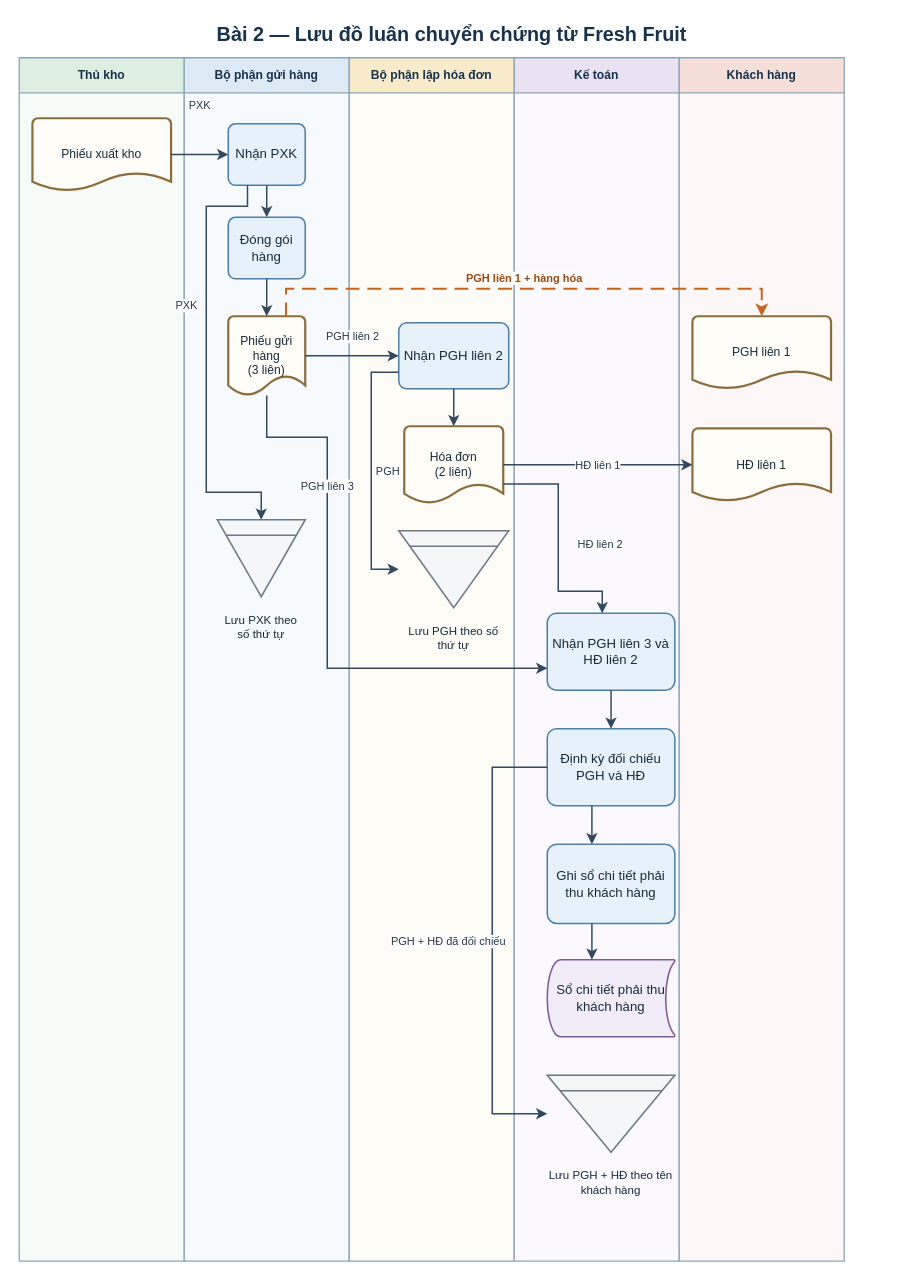
Before: assets/drawio/05_fresh_fruit_flow.drawio in saigonbaddielover/thtrang, a draw.io diagram. Source tidied: cells renumbered, new cells numbered last; positions are measured from the earlier drawing's top-left corner, leaving out a move shared by most shapes. Both pictures are drawn from the tidied source at 110%, with x=0, y=0 at pixel (19, 19).
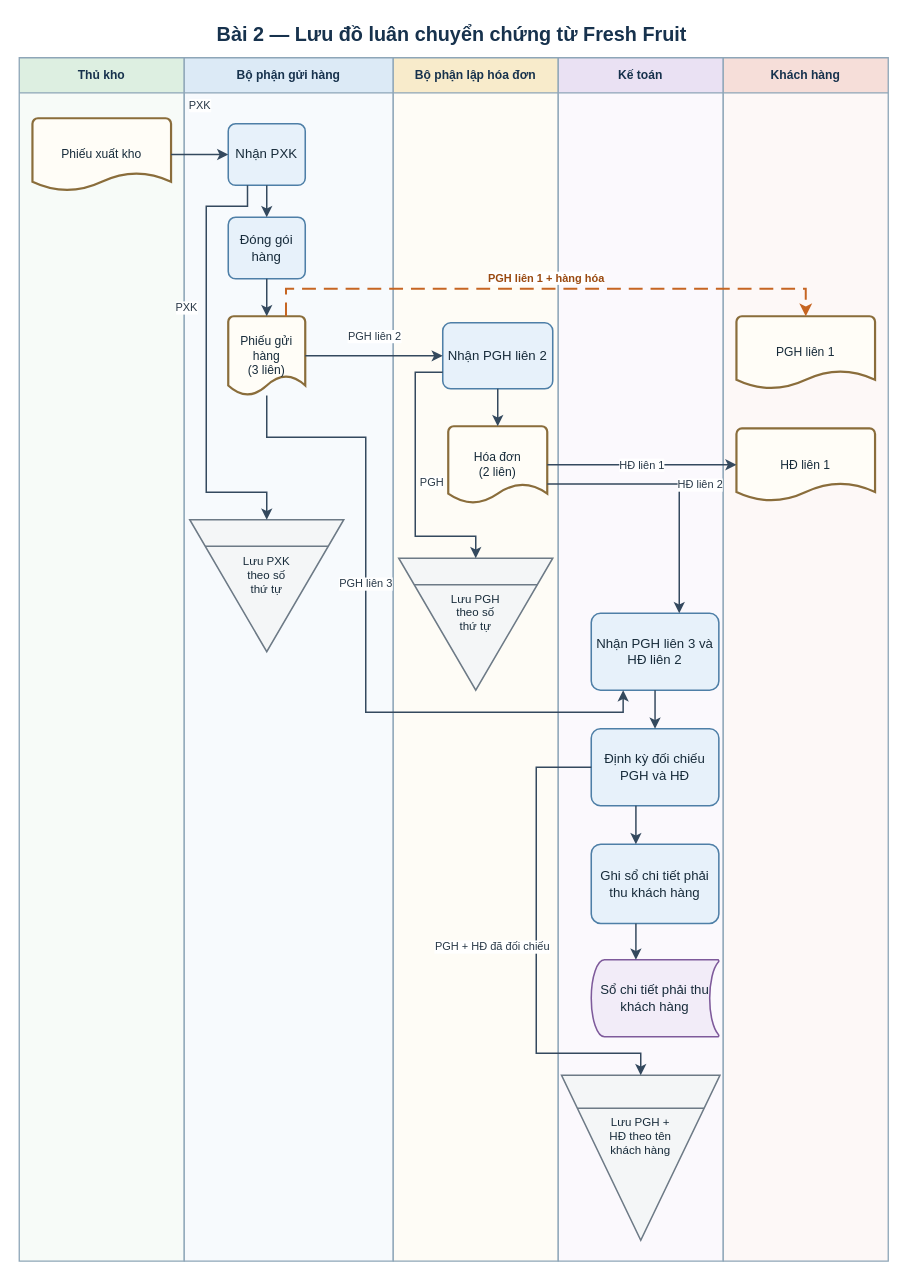
After the change.

Unchanged cells that the change refers to:
```xml
<mxCell id="9" value="Nhận PXK" style="rounded=1;arcSize=12;html=1;whiteSpace=wrap;fontFamily=Arial;align=center;verticalAlign=middle;fontColor=#172B3A; fontSize=11;spacing=5;fillColor=#E7F1FA;strokeColor=#4E7FA7;strokeWidth=1.4;" parent="4" vertex="1">
  <mxGeometry x="40" y="60" width="70" height="56" as="geometry" />
</mxCell>
<mxCell id="11" value="Phiếu gửi hàng&lt;br&gt;(3 liên)" style="strokeWidth=2;shape=mxgraph.flowchart.document2;size=0.25;html=1;whiteSpace=wrap;fontFamily=Arial;align=center;verticalAlign=middle;fontColor=#172B3A;fontSize=11;spacing=4;fillColor=#FFFDF7;strokeColor=#8A6D3B;" parent="4" vertex="1">
  <mxGeometry x="40" y="235" width="70" height="72" as="geometry" />
</mxCell>
<mxCell id="13" value="Nhận PGH liên 2" style="rounded=1;arcSize=12;html=1;whiteSpace=wrap;fontFamily=Arial;align=center;verticalAlign=middle;fontColor=#172B3A; fontSize=11;spacing=5;fillColor=#E7F1FA;strokeColor=#4E7FA7;strokeWidth=1.4;" parent="5" vertex="1">
  <mxGeometry x="45" y="241" width="100" height="60" as="geometry" />
</mxCell>
<mxCell id="14" value="Hóa đơn&lt;br&gt;(2 liên)" style="strokeWidth=2;shape=mxgraph.flowchart.document2;size=0.25;html=1;whiteSpace=wrap;fontFamily=Arial;align=center;verticalAlign=middle;fontColor=#172B3A;fontSize=11;spacing=4;fillColor=#FFFDF7;strokeColor=#8A6D3B;" parent="5" vertex="1">
  <mxGeometry x="50" y="335" width="90" height="70" as="geometry" />
</mxCell>
<mxCell id="16" value="Nhận PGH liên 3 và HĐ liên 2" style="rounded=1;arcSize=12;html=1;whiteSpace=wrap;fontFamily=Arial;align=center;verticalAlign=middle;fontColor=#172B3A; fontSize=11;spacing=5;fillColor=#E7F1FA;strokeColor=#4E7FA7;strokeWidth=1.4;" parent="6" vertex="1">
  <mxGeometry x="30" y="505" width="116" height="70" as="geometry" />
</mxCell>
<mxCell id="17" value="Định kỳ đối chiếu PGH và HĐ" style="rounded=1;arcSize=12;html=1;whiteSpace=wrap;fontFamily=Arial;align=center;verticalAlign=middle;fontColor=#172B3A; fontSize=11;spacing=5;fillColor=#E7F1FA;strokeColor=#4E7FA7;strokeWidth=1.4;" parent="6" vertex="1">
  <mxGeometry x="30" y="610" width="116" height="70" as="geometry" />
</mxCell>
<mxCell id="21" value="PGH liên 1" style="strokeWidth=2;shape=mxgraph.flowchart.document2;size=0.25;html=1;whiteSpace=wrap;fontFamily=Arial;align=center;verticalAlign=middle;fontColor=#172B3A;fontSize=11;spacing=4;fillColor=#FFFDF7;strokeColor=#8A6D3B;" parent="7" vertex="1">
  <mxGeometry x="12" y="235" width="126" height="66" as="geometry" />
</mxCell>
```

The edit, as a diff of the source:
```diff
@@
     <mxCell id="4" value="Bộ phận gửi hàng" style="swimlane;horizontal=1;startSize=32;html=1;whiteSpace=wrap;fontFamily=Arial;fontSize=11;fontStyle=1;fontColor=#17324D;align=center;verticalAlign=middle;rounded=0;fillColor=#DCEAF6;swimlaneFillColor=#F7FAFD;strokeColor=#8EA6B8;strokeWidth=1.2;" parent="1" vertex="1">
-      <mxGeometry x="150" y="35" width="150" height="1094" as="geometry" />
+      <mxGeometry x="150" y="35" width="190" height="1094" as="geometry" />
     </mxCell>
     <mxCell id="5" value="Bộ phận lập hóa đơn" style="swimlane;horizontal=1;startSize=32;html=1;whiteSpace=wrap;fontFamily=Arial;fontSize=11;fontStyle=1;fontColor=#17324D;align=center;verticalAlign=middle;rounded=0;fillColor=#F8EBCB;swimlaneFillColor=#FEFCF6;strokeColor=#8EA6B8;strokeWidth=1.2;" parent="1" vertex="1">
-      <mxGeometry x="300" y="35" width="150" height="1094" as="geometry" />
+      <mxGeometry x="340" y="35" width="150" height="1094" as="geometry" />
     </mxCell>
     <mxCell id="6" value="Kế toán" style="swimlane;horizontal=1;startSize=32;html=1;whiteSpace=wrap;fontFamily=Arial;fontSize=11;fontStyle=1;fontColor=#17324D;align=center;verticalAlign=middle;rounded=0;fillColor=#EAE1F3;swimlaneFillColor=#FBF9FD;strokeColor=#8EA6B8;strokeWidth=1.2;" parent="1" vertex="1">
-      <mxGeometry x="450" y="35" width="150" height="1094" as="geometry" />
+      <mxGeometry x="490" y="35" width="150" height="1094" as="geometry" />
     </mxCell>
     <mxCell id="7" value="Khách hàng" style="swimlane;horizontal=1;startSize=32;html=1;whiteSpace=wrap;fontFamily=Arial;fontSize=11;fontStyle=1;fontColor=#17324D;align=center;verticalAlign=middle;rounded=0;fillColor=#F6DED9;swimlaneFillColor=#FDF8F7;strokeColor=#8EA6B8;strokeWidth=1.2;" parent="1" vertex="1">
-      <mxGeometry x="600" y="35" width="150" height="1094" as="geometry" />
+      <mxGeometry x="640" y="35" width="150" height="1094" as="geometry" />
     </mxCell>
@@
-    <mxCell id="12" value="Lưu PXK theo số thứ tự" style="shape=mxgraph.dfd.archive;html=1;whiteSpace=wrap;fontFamily=Arial;align=center;verticalLabelPosition=bottom;verticalAlign=top;fontColor=#172B3A;fontSize=10.5;spacingTop=8;fillColor=#F4F6F7;strokeColor=#6D7A86;strokeWidth=1.4;" parent="4" vertex="1">
-      <mxGeometry x="30" y="420" width="80" height="70" as="geometry" />
+    <mxCell id="12" value="Lưu PXK&lt;br&gt;theo số&lt;br&gt;thứ tự" style="shape=mxgraph.dfd.archive;html=1;whiteSpace=wrap;fontFamily=Arial;align=center;verticalLabelPosition=middle;verticalAlign=middle;fontColor=#172B3A;fontSize=10.5;spacing=4;spacingBottom=20;fillColor=#F4F6F7;strokeColor=#6D7A86;strokeWidth=1.4;" parent="4" vertex="1">
+      <mxGeometry x="5" y="420" width="140" height="120" as="geometry" />
     </mxCell>
@@
-    <mxCell id="15" value="Lưu PGH theo số thứ tự" style="shape=mxgraph.dfd.archive;html=1;whiteSpace=wrap;fontFamily=Arial;align=center;verticalLabelPosition=bottom;verticalAlign=top;fontColor=#172B3A;fontSize=10.5;spacingTop=8;fillColor=#F4F6F7;strokeColor=#6D7A86;strokeWidth=1.4;" parent="5" vertex="1">
-      <mxGeometry x="45" y="430" width="100" height="70" as="geometry" />
+    <mxCell id="15" value="Lưu PGH&lt;br&gt;theo số&lt;br&gt;thứ tự" style="shape=mxgraph.dfd.archive;html=1;whiteSpace=wrap;fontFamily=Arial;align=center;verticalLabelPosition=middle;verticalAlign=middle;fontColor=#172B3A;fontSize=10.5;spacing=4;spacingBottom=23;fillColor=#F4F6F7;strokeColor=#6D7A86;strokeWidth=1.4;" parent="5" vertex="1">
+      <mxGeometry x="5" y="455" width="140" height="120" as="geometry" />
     </mxCell>
@@
-    <mxCell id="20" value="Lưu PGH + HĐ theo tên khách hàng" style="shape=mxgraph.dfd.archive;html=1;whiteSpace=wrap;fontFamily=Arial;align=center;verticalLabelPosition=bottom;verticalAlign=top;fontColor=#172B3A;fontSize=10.5;spacingTop=8;fillColor=#F4F6F7;strokeColor=#6D7A86;strokeWidth=1.4;" parent="6" vertex="1">
-      <mxGeometry x="30" y="925" width="116" height="70" as="geometry" />
+    <mxCell id="20" value="Lưu PGH +&lt;br&gt;HĐ theo tên&lt;br&gt;khách hàng" style="shape=mxgraph.dfd.archive;html=1;whiteSpace=wrap;fontFamily=Arial;align=center;verticalLabelPosition=middle;verticalAlign=middle;fontColor=#172B3A;fontSize=10.5;spacing=4;spacingBottom=40;fillColor=#F4F6F7;strokeColor=#6D7A86;strokeWidth=1.4;" parent="6" vertex="1">
+      <mxGeometry x="3" y="925" width="144" height="150" as="geometry" />
     </mxCell>
@@
     <mxCell id="26" value="PGH liên 1 + hàng hóa" style="edgeStyle=orthogonalEdgeStyle;rounded=0;jettySize=auto;html=1;fontFamily=Arial;fontSize=10;fontStyle=1;fontColor=#9A4A11;labelBackgroundColor=#FFFFFF;strokeColor=#C66522;strokeWidth=1.8;dashed=1;dashPattern=7 4;endArrow=classic;endFill=1;exitX=0.75;exitY=0;entryX=0.5;entryY=0;" parent="1" edge="1" source="11" target="21">
       <mxGeometry relative="1" as="geometry">
         <Array as="points">
           <mxPoint x="242.5" y="245" />
-          <mxPoint x="675" y="245" />
+          <mxPoint x="715" y="245" />
         </Array>
         <mxPoint y="-10" as="offset" />
       </mxGeometry>
     </mxCell>
@@
-    <mxCell id="28" value="PGH liên 3" style="edgeStyle=orthogonalEdgeStyle;rounded=0;jettySize=auto;html=1;fontFamily=Arial;fontSize=10;fontColor=#273746;labelBackgroundColor=#FFFFFF;strokeColor=#34495E;strokeWidth=1.35;endArrow=classic;endFill=1;exitX=0.5;exitY=1;entryX=0;entryY=0.714286;" parent="1" edge="1" source="11" target="16">
+    <mxCell id="28" value="PGH liên 3" style="edgeStyle=orthogonalEdgeStyle;rounded=0;jettySize=auto;html=1;fontFamily=Arial;fontSize=10;fontColor=#273746;labelBackgroundColor=#FFFFFF;strokeColor=#34495E;strokeWidth=1.35;endArrow=classic;endFill=1;exitX=0.5;exitY=1;entryX=0.25;entryY=1;" parent="1" edge="1" source="11" target="16">
       <mxGeometry relative="1" as="geometry">
         <Array as="points">
           <mxPoint x="225" y="380" />
-          <mxPoint x="280" y="380" />
-          <mxPoint x="280" y="590" />
+          <mxPoint x="315" y="380" />
+          <mxPoint x="315" y="630" />
+          <mxPoint x="549" y="630" />
         </Array>
-        <mxPoint y="-115" as="offset" />
+        <mxPoint y="-55" as="offset" />
       </mxGeometry>
     </mxCell>
     <mxCell id="29" value="PXK" style="edgeStyle=orthogonalEdgeStyle;rounded=0;jettySize=auto;html=1;fontFamily=Arial;fontSize=10;fontColor=#273746;labelBackgroundColor=#FFFFFF;strokeColor=#34495E;strokeWidth=1.35;endArrow=classic;endFill=1;exitX=0.25;exitY=1;entryX=0.5;entryY=0;" parent="1" edge="1" source="9" target="12">
       <mxGeometry relative="1" as="geometry">
         <Array as="points">
           <mxPoint x="207.5" y="170" />
           <mxPoint x="170" y="170" />
           <mxPoint x="170" y="430" />
-          <mxPoint x="220" y="430" />
+          <mxPoint x="225" y="430" />
         </Array>
         <mxPoint x="-18" y="-50" as="offset" />
       </mxGeometry>
     </mxCell>
@@
-    <mxCell id="32" value="HĐ liên 2" style="edgeStyle=orthogonalEdgeStyle;rounded=0;jettySize=auto;html=1;fontFamily=Arial;fontSize=10;fontColor=#273746;labelBackgroundColor=#FFFFFF;strokeColor=#34495E;strokeWidth=1.35;endArrow=classic;endFill=1;exitX=1;exitY=0.75;entryX=0.431034;entryY=0;" parent="1" edge="1" source="14" target="16">
+    <mxCell id="32" value="HĐ liên 2" style="edgeStyle=orthogonalEdgeStyle;rounded=0;jettySize=auto;html=1;fontFamily=Arial;fontSize=10;fontColor=#273746;labelBackgroundColor=#FFFFFF;strokeColor=#34495E;strokeWidth=1.35;endArrow=classic;endFill=1;exitX=1;exitY=0.75;entryX=0.6896551724;entryY=0;" parent="1" edge="1" source="14" target="16">
       <mxGeometry relative="1" as="geometry">
         <Array as="points">
-          <mxPoint x="490" y="422.5" />
-          <mxPoint x="490" y="520" />
-          <mxPoint x="530" y="520" />
+          <mxPoint x="600" y="422.5" />
+          <mxPoint x="600" y="520" />
         </Array>
-        <mxPoint x="38" as="offset" />
+        <mxPoint x="20" as="offset" />
       </mxGeometry>
     </mxCell>
-    <mxCell id="33" value="PGH" style="edgeStyle=orthogonalEdgeStyle;rounded=0;jettySize=auto;html=1;fontFamily=Arial;fontSize=10;fontColor=#273746;labelBackgroundColor=#FFFFFF;strokeColor=#34495E;strokeWidth=1.35;endArrow=classic;endFill=1;exitX=0;exitY=0.75;entryX=0;entryY=0.5;" parent="1" edge="1" source="13" target="15">
+    <mxCell id="33" value="PGH" style="edgeStyle=orthogonalEdgeStyle;rounded=0;jettySize=auto;html=1;fontFamily=Arial;fontSize=10;fontColor=#273746;labelBackgroundColor=#FFFFFF;strokeColor=#34495E;strokeWidth=1.35;endArrow=classic;endFill=1;exitX=0;exitY=0.75;entryX=0.5;entryY=0;" parent="1" edge="1" source="13" target="15">
       <mxGeometry relative="1" as="geometry">
         <Array as="points">
-          <mxPoint x="320" y="321" />
-          <mxPoint x="320" y="500" />
+          <mxPoint x="360" y="321" />
+          <mxPoint x="360" y="470" />
+          <mxPoint x="415" y="470" />
         </Array>
         <mxPoint x="15" as="offset" />
       </mxGeometry>
     </mxCell>
@@
-    <mxCell id="37" value="PGH + HĐ đã đối chiếu" style="edgeStyle=orthogonalEdgeStyle;rounded=0;jettySize=auto;html=1;fontFamily=Arial;fontSize=10;fontColor=#273746;labelBackgroundColor=#FFFFFF;strokeColor=#34495E;strokeWidth=1.35;endArrow=classic;endFill=1;exitX=0;exitY=0.5;entryX=0;entryY=0.5;" parent="1" edge="1" source="17" target="20">
+    <mxCell id="37" value="PGH + HĐ đã đối chiếu" style="edgeStyle=orthogonalEdgeStyle;rounded=0;jettySize=auto;html=1;fontFamily=Arial;fontSize=10;fontColor=#273746;labelBackgroundColor=#FFFFFF;strokeColor=#34495E;strokeWidth=1.35;endArrow=classic;endFill=1;exitX=0;exitY=0.5;entryX=0.5;entryY=0;" parent="1" edge="1" source="17" target="20">
       <mxGeometry relative="1" as="geometry">
         <Array as="points">
-          <mxPoint x="430" y="680" />
-          <mxPoint x="430" y="995" />
+          <mxPoint x="470" y="680" />
+          <mxPoint x="470" y="940" />
+          <mxPoint x="565" y="940" />
         </Array>
         <mxPoint x="-40" as="offset" />
       </mxGeometry>
     </mxCell>
```
